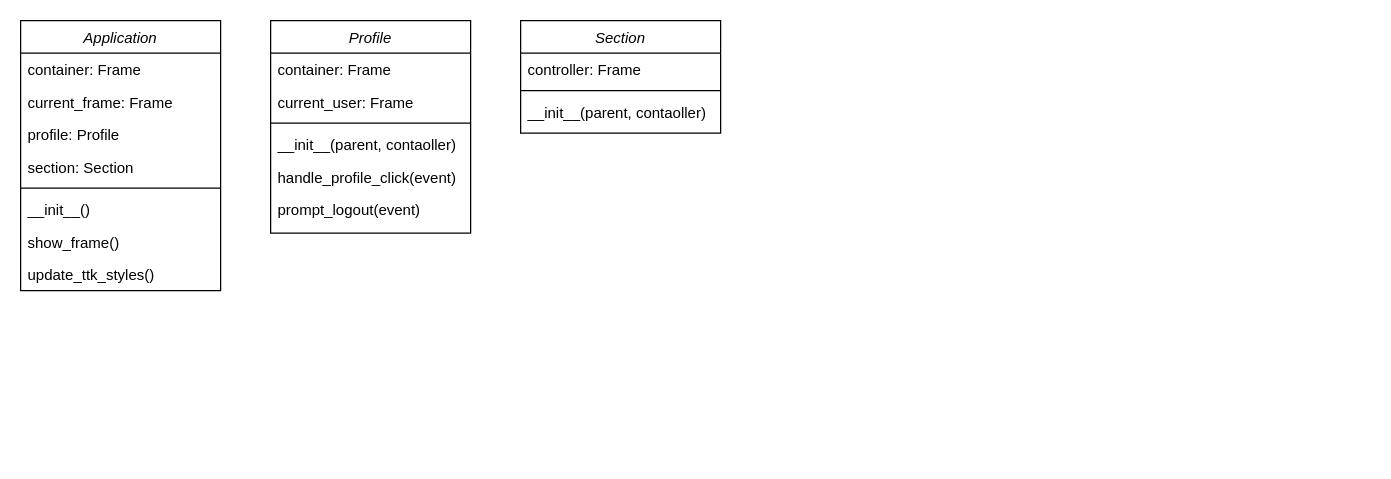
Before: Team HYDR-8 (Frontend UML Class Diagram).drawio.drawio in team-hydr8/class_diagrams, a draw.io diagram. Source tidied: cells renumbered, new cells numbered last; positions are measured from the earlier drawing's top-left corner, leaving out a move shared by most shapes. Both pictures are drawn from the tidied source at 125%, with x=0, y=0 at pixel (20, 20).
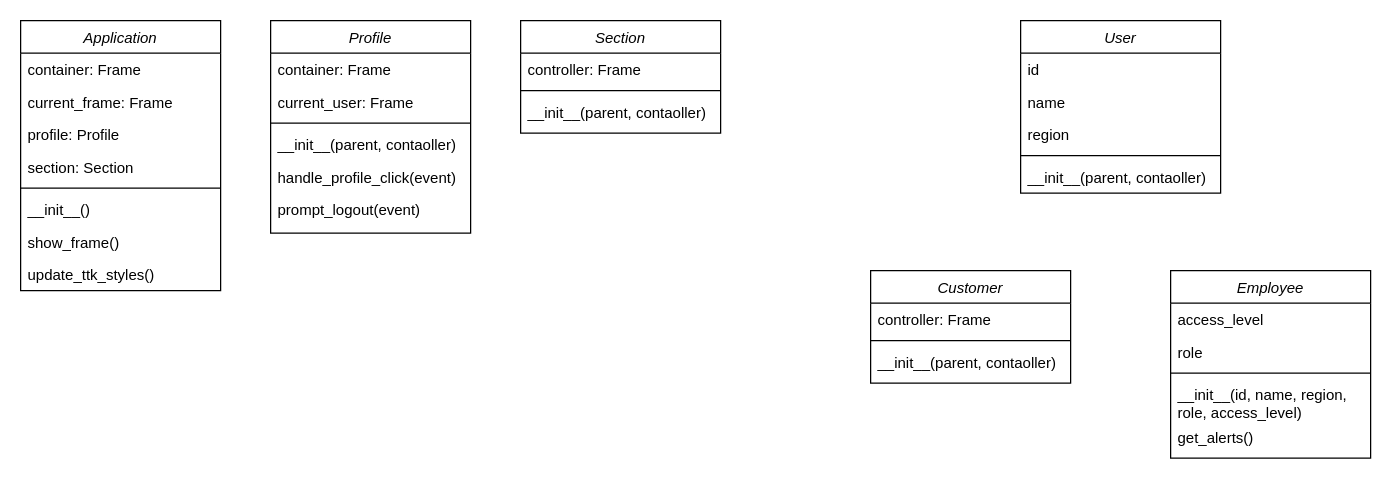
After the change.

Commit message:
Add user, customer, employee to UML

Diff of the diagram source:
```diff
@@
+    <mxCell id="22" value="User" style="swimlane;fontStyle=2;align=center;verticalAlign=top;horizontal=1;startSize=26;rounded=0;shadow=0;strokeWidth=1;" parent="1" vertex="1">
+      <mxGeometry x="800" width="160" height="138" as="geometry" />
+    </mxCell>
+    <mxCell id="23" value="id" style="text;align=left;verticalAlign=top;spacingLeft=4;spacingRight=4;overflow=hidden;rounded=0;shadow=0;html=0;" parent="22" vertex="1">
+      <mxGeometry y="26" width="160" height="26" as="geometry" />
+    </mxCell>
+    <mxCell id="24" value="name" style="text;align=left;verticalAlign=top;spacingLeft=4;spacingRight=4;overflow=hidden;rounded=0;shadow=0;html=0;" parent="22" vertex="1">
+      <mxGeometry y="52" width="160" height="26" as="geometry" />
+    </mxCell>
+    <mxCell id="25" value="region" style="text;align=left;verticalAlign=top;spacingLeft=4;spacingRight=4;overflow=hidden;rounded=0;shadow=0;html=0;" parent="22" vertex="1">
+      <mxGeometry y="78" width="160" height="26" as="geometry" />
+    </mxCell>
+    <mxCell id="26" style="line;html=1;strokeWidth=1;align=left;verticalAlign=middle;spacingTop=-1;spacingLeft=3;spacingRight=3;labelPosition=right;" parent="22" vertex="1">
+      <mxGeometry y="104" width="160" height="8" as="geometry" />
+    </mxCell>
+    <mxCell id="27" value="__init__(parent, contaoller)" style="text;align=left;verticalAlign=top;spacingLeft=4;spacingRight=4;overflow=hidden;" parent="22" vertex="1">
+      <mxGeometry y="112" width="160" height="26" as="geometry" />
+    </mxCell>
+    <mxCell id="28" value="Customer" style="swimlane;fontStyle=2;align=center;verticalAlign=top;horizontal=1;startSize=26;rounded=0;shadow=0;strokeWidth=1;" parent="1" vertex="1">
+      <mxGeometry x="680" y="200" width="160" height="90" as="geometry" />
+    </mxCell>
+    <mxCell id="29" value="controller: Frame" style="text;align=left;verticalAlign=top;spacingLeft=4;spacingRight=4;overflow=hidden;rounded=0;shadow=0;html=0;" parent="28" vertex="1">
+      <mxGeometry y="26" width="160" height="26" as="geometry" />
+    </mxCell>
+    <mxCell id="30" style="line;html=1;strokeWidth=1;align=left;verticalAlign=middle;spacingTop=-1;spacingLeft=3;spacingRight=3;labelPosition=right;" parent="28" vertex="1">
+      <mxGeometry y="52" width="160" height="8" as="geometry" />
+    </mxCell>
+    <mxCell id="31" value="__init__(parent, contaoller)" style="text;align=left;verticalAlign=top;spacingLeft=4;spacingRight=4;overflow=hidden;" parent="28" vertex="1">
+      <mxGeometry y="60" width="160" height="26" as="geometry" />
+    </mxCell>
+    <mxCell id="32" value="Employee" style="swimlane;fontStyle=2;align=center;verticalAlign=top;horizontal=1;startSize=26;rounded=0;shadow=0;strokeWidth=1;" parent="1" vertex="1">
+      <mxGeometry x="920" y="200" width="160" height="150" as="geometry" />
+    </mxCell>
+    <mxCell id="33" value="access_level" style="text;align=left;verticalAlign=top;spacingLeft=4;spacingRight=4;overflow=hidden;rounded=0;shadow=0;html=0;" parent="32" vertex="1">
+      <mxGeometry y="26" width="160" height="26" as="geometry" />
+    </mxCell>
+    <mxCell id="34" value="role" style="text;align=left;verticalAlign=top;spacingLeft=4;spacingRight=4;overflow=hidden;rounded=0;shadow=0;html=0;" parent="32" vertex="1">
+      <mxGeometry y="52" width="160" height="26" as="geometry" />
+    </mxCell>
+    <mxCell id="35" style="line;html=1;strokeWidth=1;align=left;verticalAlign=middle;spacingTop=-1;spacingLeft=3;spacingRight=3;labelPosition=right;" parent="32" vertex="1">
+      <mxGeometry y="78" width="160" height="8" as="geometry" />
+    </mxCell>
+    <mxCell id="36" value="__init__(id, name, region,&#10;role, access_level)" style="text;align=left;verticalAlign=top;spacingLeft=4;spacingRight=4;overflow=hidden;" parent="32" vertex="1">
+      <mxGeometry y="86" width="160" height="34" as="geometry" />
+    </mxCell>
+    <mxCell id="37" value="get_alerts()" style="text;align=left;verticalAlign=top;spacingLeft=4;spacingRight=4;overflow=hidden;" parent="32" vertex="1">
+      <mxGeometry y="120" width="160" height="26" as="geometry" />
+    </mxCell>
```
